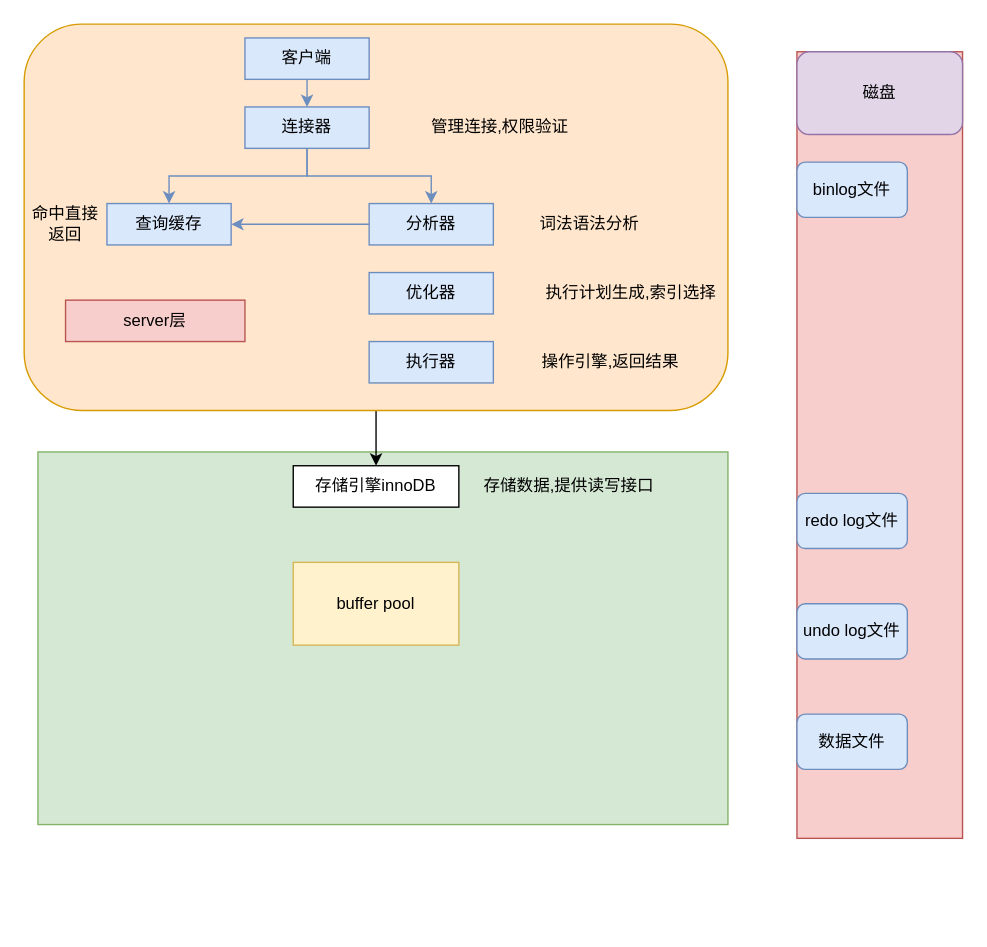
Earlier version of the draw.io diagram mysql.drawio (872575323/diagrams). Source tidied: cells renumbered, new cells numbered last; positions are measured from the earlier drawing's top-left corner, leaving out a move shared by most shapes. Both pictures are drawn from the tidied source at 138%, with x=0, y=0 at pixel (23, 23).
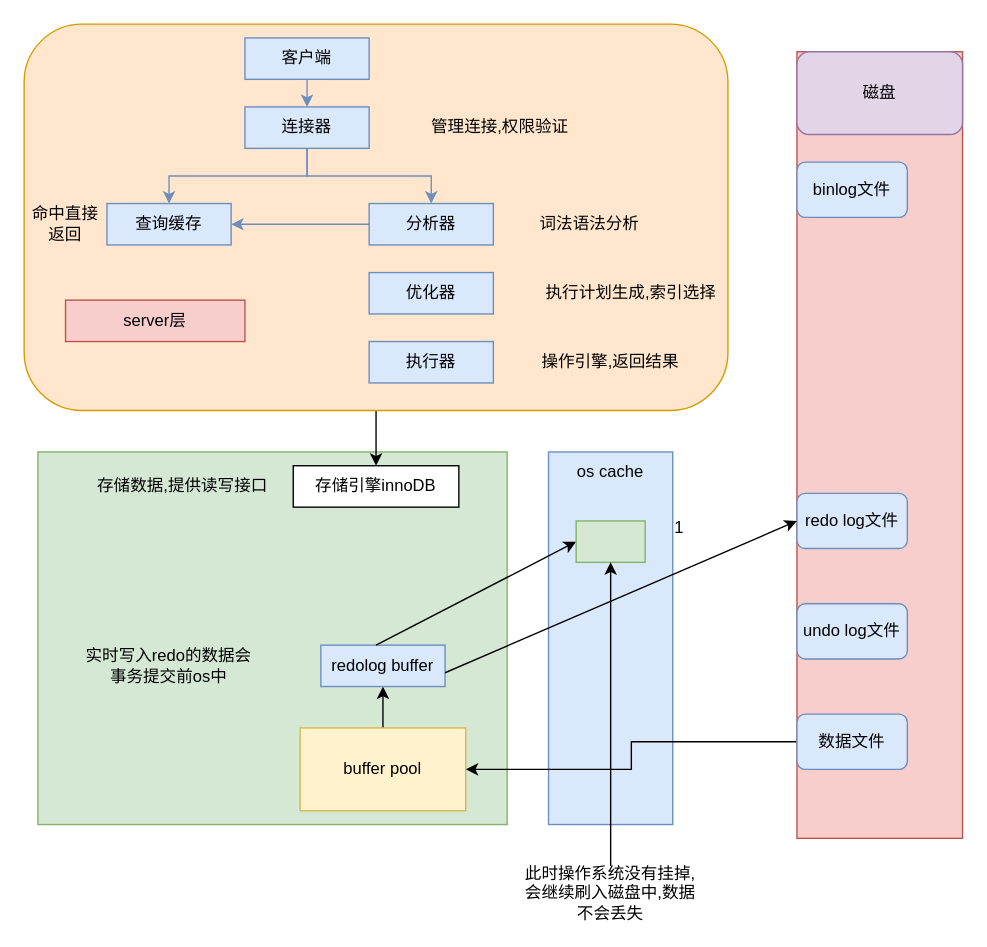
Above is the later version.

Unchanged cells that the change refers to:
```xml
<mxCell id="28" value="redo log文件" style="rounded=1;whiteSpace=wrap;html=1;fillColor=#dae8fc;strokeColor=#6c8ebf;" parent="1" vertex="1">
  <mxGeometry x="560" y="340" width="80" height="40" as="geometry" />
</mxCell>
<mxCell id="30" value="数据文件" style="rounded=1;whiteSpace=wrap;html=1;fillColor=#dae8fc;strokeColor=#6c8ebf;" parent="1" vertex="1">
  <mxGeometry x="560" y="500" width="80" height="40" as="geometry" />
</mxCell>
```

Diff of the diagram source:
```diff
@@
+    <mxCell id="32" style="rounded=0;whiteSpace=wrap;html=1;fillColor=#dae8fc;strokeColor=#6c8ebf;" parent="1" vertex="1">
+      <mxGeometry x="380" y="310" width="90" height="270" as="geometry" />
+    </mxCell>
     <mxCell id="2" style="rounded=0;whiteSpace=wrap;html=1;fillColor=#d5e8d4;strokeColor=#82b366;" parent="1" vertex="1">
-      <mxGeometry x="10" y="310" width="500" height="270" as="geometry" />
+      <mxGeometry x="10" y="310" width="340" height="270" as="geometry" />
     </mxCell>
@@
     <mxCell id="22" value="存储数据,提供读写接口" style="text;html=1;strokeColor=none;fillColor=none;align=center;verticalAlign=middle;whiteSpace=wrap;rounded=0;" parent="1" vertex="1">
-      <mxGeometry x="330" y="320" width="130" height="30" as="geometry" />
+      <mxGeometry x="50" y="320" width="130" height="30" as="geometry" />
     </mxCell>
@@
+    <mxCell id="33" style="edgeStyle=orthogonalEdgeStyle;rounded=0;jettySize=auto;html=1;" parent="1" edge="1" source="25" target="35">
+      <mxGeometry relative="1" as="geometry" />
+    </mxCell>
     <mxCell id="25" value="buffer pool" style="rounded=0;whiteSpace=wrap;html=1;fillColor=#fff2cc;strokeColor=#d6b656;" parent="1" vertex="1">
-      <mxGeometry x="195" y="390" width="120" height="60" as="geometry" />
+      <mxGeometry x="200" y="510" width="120" height="60" as="geometry" />
     </mxCell>
@@
+    <mxCell id="34" style="edgeStyle=orthogonalEdgeStyle;rounded=0;jettySize=auto;html=1;" parent="1" edge="1" source="30" target="25">
+      <mxGeometry relative="1" as="geometry" />
+    </mxCell>
@@
+    <mxCell id="35" value="redolog buffer" style="rounded=0;whiteSpace=wrap;html=1;fillColor=#dae8fc;strokeColor=#6c8ebf;" parent="1" vertex="1">
+      <mxGeometry x="215" y="450" width="90" height="30" as="geometry" />
+    </mxCell>
+    <mxCell id="36" style="endArrow=classic;html=1;rounded=0;entryX=0;entryY=0.5;entryDx=0;entryDy=0;" parent="1" edge="1" target="28">
+      <mxGeometry relative="1" as="geometry">
+        <mxPoint x="305" y="470" as="sourcePoint" />
+      </mxGeometry>
+    </mxCell>
+    <mxCell id="37" value="os cache" style="text;html=1;strokeColor=none;fillColor=none;align=center;verticalAlign=middle;whiteSpace=wrap;rounded=0;" parent="1" vertex="1">
+      <mxGeometry x="360" y="310" width="130" height="30" as="geometry" />
+    </mxCell>
+    <mxCell id="38" value="实时写入redo的数据会事务提交前os中" style="text;html=1;strokeColor=none;fillColor=none;align=center;verticalAlign=middle;whiteSpace=wrap;rounded=0;" parent="1" vertex="1">
+      <mxGeometry x="40" y="450" width="130" height="30" as="geometry" />
+    </mxCell>
+    <mxCell id="39" style="endArrow=classic;html=1;rounded=0;entryX=0;entryY=0.5;entryDx=0;entryDy=0;" parent="1" edge="1" target="40">
+      <mxGeometry relative="1" as="geometry">
+        <mxPoint x="255" y="450" as="sourcePoint" />
+      </mxGeometry>
+    </mxCell>
+    <mxCell id="40" style="rounded=0;whiteSpace=wrap;html=1;fillColor=#d5e8d4;strokeColor=#82b366;" parent="1" vertex="1">
+      <mxGeometry x="400" y="360" width="50" height="30" as="geometry" />
+    </mxCell>
+    <mxCell id="41" value="1" style="text;html=1;strokeColor=none;fillColor=none;align=center;verticalAlign=middle;whiteSpace=wrap;rounded=0;" parent="1" vertex="1">
+      <mxGeometry x="410" y="350" width="130" height="30" as="geometry" />
+    </mxCell>
+    <mxCell id="42" style="edgeStyle=orthogonalEdgeStyle;rounded=0;jettySize=auto;html=1;entryX=0.5;entryY=1;entryDx=0;entryDy=0;" parent="1" edge="1" source="43" target="40">
+      <mxGeometry relative="1" as="geometry" />
+    </mxCell>
+    <mxCell id="43" value="此时操作系统没有挂掉,会继续刷入磁盘中,数据不会丢失" style="text;html=1;strokeColor=none;fillColor=none;align=center;verticalAlign=middle;whiteSpace=wrap;rounded=0;" parent="1" vertex="1">
+      <mxGeometry x="360" y="610" width="130" height="40" as="geometry" />
+    </mxCell>
```
